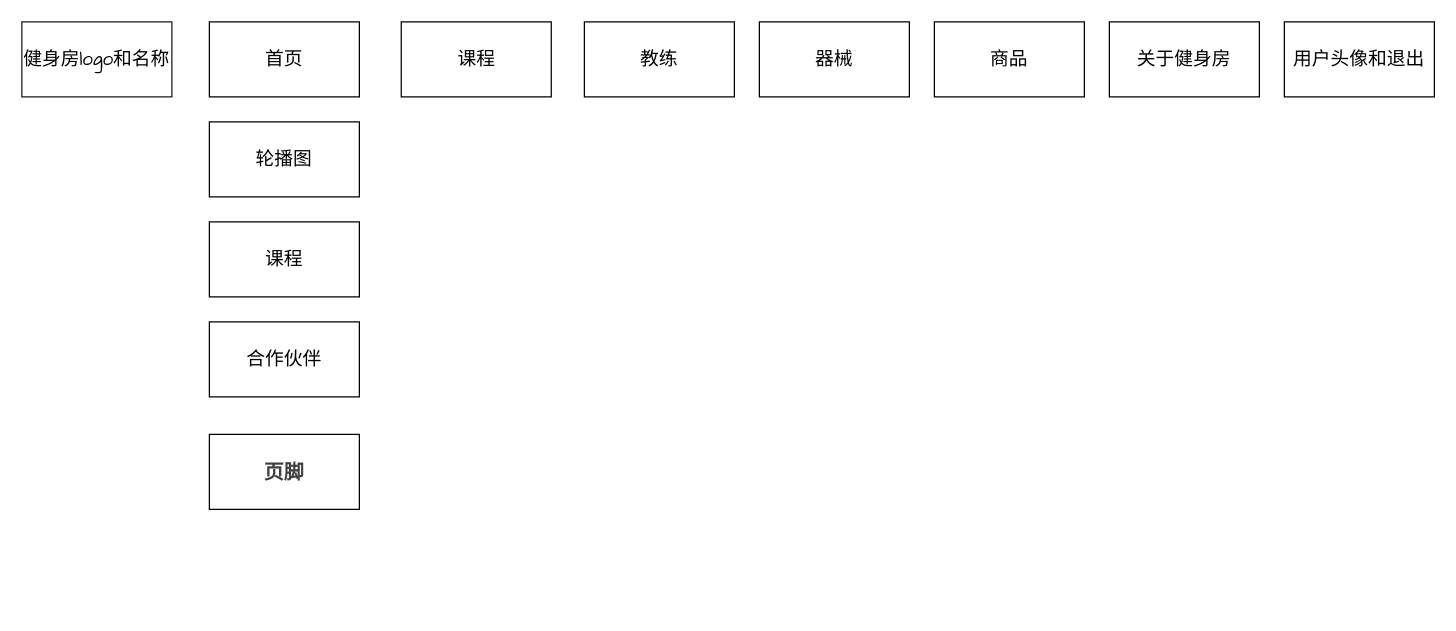
This is 健身房管理会员界面.drawio from xljya/image, a draw.io file, before an edit. Source tidied: cells renumbered, new cells numbered last; positions are measured from the earlier drawing's top-left corner, leaving out a move shared by most shapes. Both pictures are drawn from the tidied source at 125%, with x=0, y=0 at pixel (21, 21).
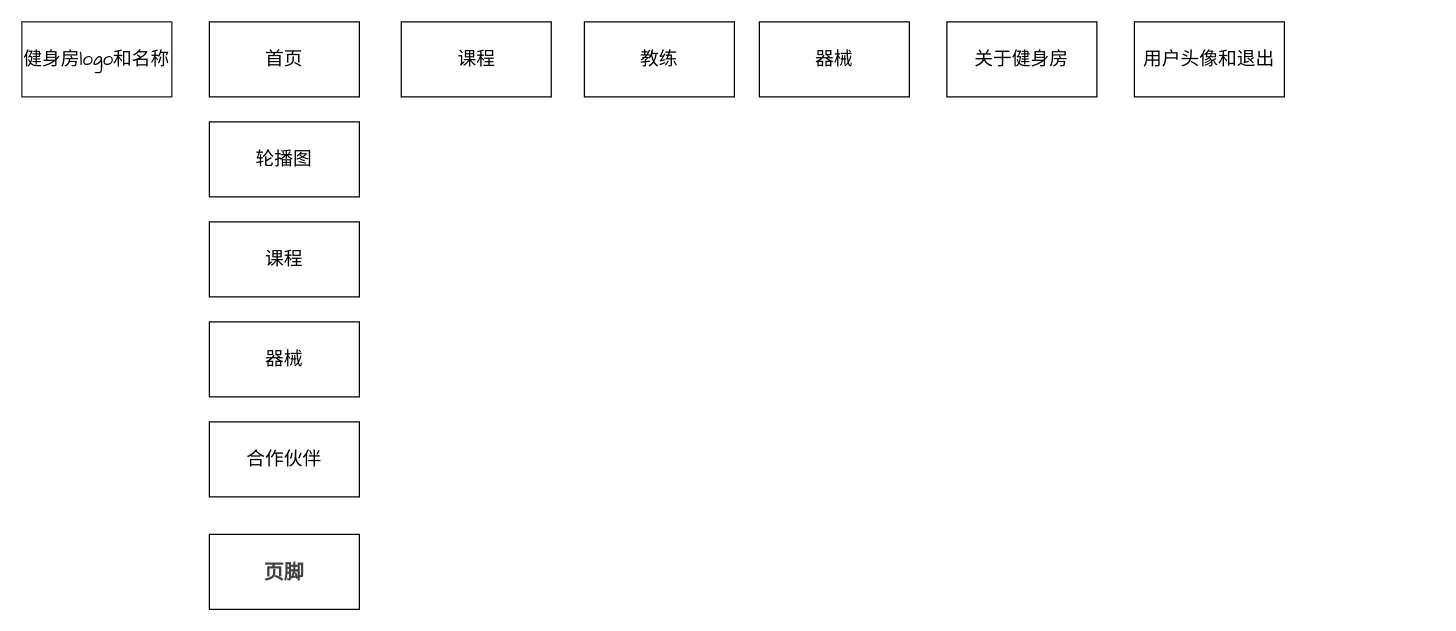
The same diagram, later.

Commit message:
更新健身房管理会员界面.drawio

What changed in the source:
```diff
@@
 <mxGraphModel>
   <root>
     <mxCell id="0" />
     <mxCell id="1" parent="0" />
     <mxCell id="2" value="&lt;font style=&quot;font-size: 15px;&quot; face=&quot;Comic Sans MS&quot;&gt;健身房logo和名称&lt;/font&gt;" style="rounded=0;whiteSpace=wrap;html=1;fillColor=#FFFFFF;strokeColor=#1A1A1A;" parent="1" vertex="1">
       <mxGeometry width="120" height="60" as="geometry" />
     </mxCell>
     <mxCell id="3" value="&lt;font style=&quot;font-size: 15px;&quot; face=&quot;Comic Sans MS&quot;&gt;首页&lt;/font&gt;" style="rounded=0;whiteSpace=wrap;html=1;" parent="1" vertex="1">
       <mxGeometry x="150" width="120" height="60" as="geometry" />
     </mxCell>
     <mxCell id="4" value="&lt;font style=&quot;font-size: 15px;&quot; face=&quot;Comic Sans MS&quot;&gt;教练&lt;/font&gt;" style="rounded=0;whiteSpace=wrap;html=1;" parent="1" vertex="1">
       <mxGeometry x="450" width="120" height="60" as="geometry" />
     </mxCell>
     <mxCell id="5" value="&lt;font style=&quot;font-size: 15px;&quot; face=&quot;Comic Sans MS&quot;&gt;器械&lt;/font&gt;" style="rounded=0;whiteSpace=wrap;html=1;" parent="1" vertex="1">
       <mxGeometry x="590" width="120" height="60" as="geometry" />
     </mxCell>
     <mxCell id="6" value="&lt;font face=&quot;Comic Sans MS&quot;&gt;&lt;span style=&quot;font-size: 15px;&quot;&gt;课程&lt;/span&gt;&lt;/font&gt;" style="rounded=0;whiteSpace=wrap;html=1;" parent="1" vertex="1">
       <mxGeometry x="303.5" width="120" height="60" as="geometry" />
     </mxCell>
     <mxCell id="7" value="&lt;font style=&quot;font-size: 15px;&quot; face=&quot;Comic Sans MS&quot;&gt;用户头像和退出&lt;/font&gt;" style="rounded=0;whiteSpace=wrap;html=1;" parent="1" vertex="1">
-      <mxGeometry x="1010" width="120" height="60" as="geometry" />
+      <mxGeometry x="890" width="120" height="60" as="geometry" />
     </mxCell>
     <mxCell id="8" value="&lt;font style=&quot;font-size: 15px;&quot; face=&quot;Comic Sans MS&quot;&gt;关于健身房&lt;/font&gt;" style="rounded=0;whiteSpace=wrap;html=1;fillColor=#FFFFFF;" parent="1" vertex="1">
-      <mxGeometry x="870" width="120" height="60" as="geometry" />
+      <mxGeometry x="740" width="120" height="60" as="geometry" />
     </mxCell>
-    <mxCell id="9" value="&lt;font style=&quot;font-size: 15px;&quot; face=&quot;Comic Sans MS&quot;&gt;商品&lt;/font&gt;" style="rounded=0;whiteSpace=wrap;html=1;" parent="1" vertex="1">
-      <mxGeometry x="730" width="120" height="60" as="geometry" />
-    </mxCell>
     <mxCell id="10" value="&lt;font style=&quot;font-size: 15px;&quot; face=&quot;Comic Sans MS&quot;&gt;轮播图&lt;/font&gt;" style="rounded=0;whiteSpace=wrap;html=1;" parent="1" vertex="1">
       <mxGeometry x="150" y="80" width="120" height="60" as="geometry" />
     </mxCell>
     <mxCell id="11" value="&lt;font style=&quot;font-size: 15px;&quot; face=&quot;Comic Sans MS&quot;&gt;合作伙伴&lt;/font&gt;" style="rounded=0;whiteSpace=wrap;html=1;" parent="1" vertex="1">
-      <mxGeometry x="150" y="240" width="120" height="60" as="geometry" />
+      <mxGeometry x="150" y="320" width="120" height="60" as="geometry" />
     </mxCell>
     <mxCell id="12" value="&lt;font face=&quot;Comic Sans MS&quot;&gt;&lt;span style=&quot;font-size: 15px;&quot;&gt;课程&lt;/span&gt;&lt;/font&gt;" style="rounded=0;whiteSpace=wrap;html=1;" parent="1" vertex="1">
       <mxGeometry x="150" y="160" width="120" height="60" as="geometry" />
     </mxCell>
     <mxCell id="13" value="&lt;strong style=&quot;color: rgb(64, 64, 64); font-family: DeepSeek-CJK-patch, Inter, system-ui, -apple-system, BlinkMacSystemFont, &amp;quot;Segoe UI&amp;quot;, Roboto, &amp;quot;Noto Sans&amp;quot;, Ubuntu, Cantarell, &amp;quot;Helvetica Neue&amp;quot;, Oxygen, &amp;quot;Open Sans&amp;quot;, sans-serif; font-size: 16.002px; text-align: start; background-color: rgb(255, 255, 255);&quot;&gt;页脚&lt;/strong&gt;" style="rounded=0;whiteSpace=wrap;html=1;" parent="1" vertex="1">
-      <mxGeometry x="150" y="330" width="120" height="60" as="geometry" />
+      <mxGeometry x="150" y="410" width="120" height="60" as="geometry" />
     </mxCell>
+    <mxCell id="14" value="&lt;font style=&quot;font-size: 15px;&quot; face=&quot;Comic Sans MS&quot;&gt;器械&lt;/font&gt;" style="rounded=0;whiteSpace=wrap;html=1;" parent="1" vertex="1">
+      <mxGeometry x="150" y="240" width="120" height="60" as="geometry" />
+    </mxCell>
   </root>
 </mxGraphModel>
```
